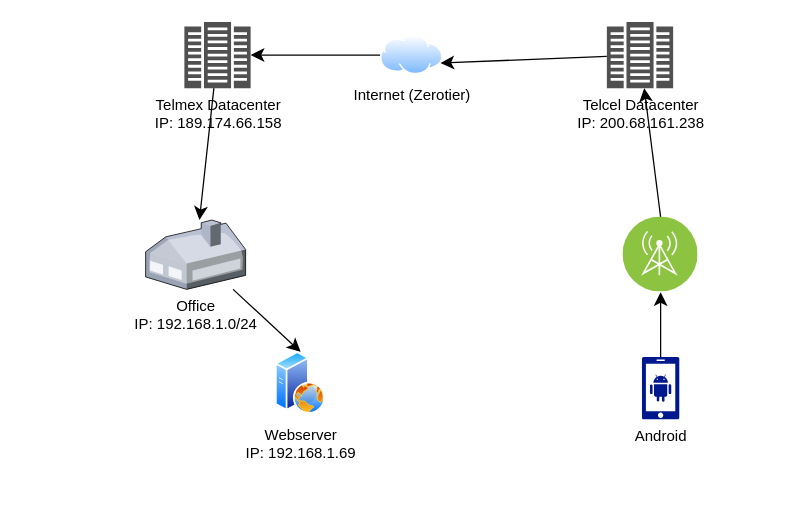
Earlier version of the draw.io diagram Diagrama sin título.drawio (MauricioMC28/zerotier). Source tidied: cells renumbered, new cells numbered last; positions are measured from the earlier drawing's top-left corner, leaving out a move shared by most shapes. Both pictures are drawn from the tidied source at 125%, with x=0, y=0 at pixel (145, 21).
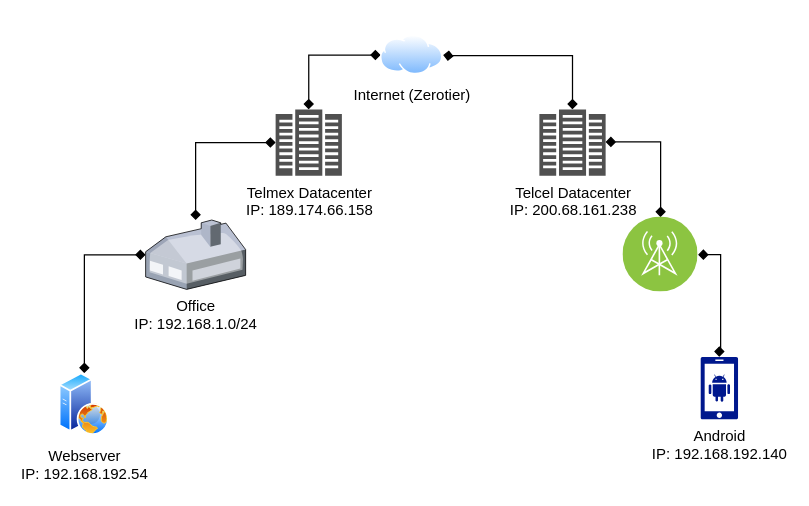
After the change.

Commit message:
diagrama completado

Diff of the diagram source:
```diff
@@
 <mxGraphModel>
   <root>
     <mxCell id="0" />
     <mxCell id="1" parent="0" />
-    <mxCell id="2" style="edgeStyle=none;curved=1;rounded=0;jettySize=auto;html=1;exitX=0;exitY=0.5;exitDx=0;exitDy=0;fontSize=12;startSize=8;endSize=8;" parent="1" edge="1" source="3" target="5">
+    <mxCell id="2" style="edgeStyle=orthogonalEdgeStyle;rounded=0;jettySize=auto;html=1;exitX=0;exitY=0.5;exitDx=0;exitDy=0;fontSize=12;strokeColor=default;endArrow=diamond;endFill=1;startArrow=diamond;startFill=1;" parent="1" edge="1" source="3" target="5">
       <mxGeometry relative="1" as="geometry" />
     </mxCell>
     <mxCell id="3" value="Internet (Zerotier)" style="image;perimeter=ellipsePerimeter;html=1;align=center;shadow=0;dashed=0;spacingTop=3;image=img/lib/active_directory/internet_cloud.svg;" parent="1" vertex="1">
       <mxGeometry x="188" y="10.8" width="50" height="31.5" as="geometry" />
     </mxCell>
-    <mxCell id="4" style="edgeStyle=none;curved=1;rounded=0;jettySize=auto;html=1;fontSize=12;startSize=8;endSize=8;" parent="1" edge="1" source="5" target="7">
+    <mxCell id="4" style="edgeStyle=orthogonalEdgeStyle;rounded=0;jettySize=auto;html=1;fontSize=12;strokeColor=default;endArrow=diamond;endFill=1;startArrow=diamond;startFill=1;" parent="1" edge="1" source="5" target="7">
       <mxGeometry relative="1" as="geometry" />
     </mxCell>
     <mxCell id="5" value="Telmex Datacenter&lt;div&gt;IP: 189.174.66.158&lt;/div&gt;" style="sketch=0;shadow=0;dashed=0;html=1;strokeColor=none;fillColor=#505050;labelPosition=center;verticalLabelPosition=bottom;verticalAlign=top;outlineConnect=0;align=center;shape=mxgraph.office.servers.datacenter;" parent="1" vertex="1">
-      <mxGeometry x="31" width="53" height="53" as="geometry" />
+      <mxGeometry x="104" y="70" width="53" height="53" as="geometry" />
     </mxCell>
-    <mxCell id="6" style="edgeStyle=none;curved=1;rounded=0;jettySize=auto;html=1;entryX=0.5;entryY=0;entryDx=0;entryDy=0;fontSize=12;startSize=8;endSize=8;" parent="1" edge="1" source="7" target="8">
+    <mxCell id="6" style="edgeStyle=orthogonalEdgeStyle;rounded=0;jettySize=auto;html=1;entryX=0.5;entryY=0;entryDx=0;entryDy=0;fontSize=12;strokeColor=default;endArrow=diamond;endFill=1;startArrow=diamond;startFill=1;" parent="1" edge="1" source="7" target="8">
       <mxGeometry relative="1" as="geometry" />
     </mxCell>
     <mxCell id="7" value="Office&lt;div&gt;IP: 192.168.1.0/24&lt;/div&gt;" style="verticalLabelPosition=bottom;sketch=0;html=1;verticalAlign=top;strokeColor=none;align=center;outlineConnect=0;shape=mxgraph.citrix.home_office;" parent="1" vertex="1">
       <mxGeometry y="158.5" width="80" height="55.5" as="geometry" />
     </mxCell>
-    <mxCell id="8" value="Webserver&lt;div&gt;IP: 192.168.1.69&lt;/div&gt;" style="image;perimeter=ellipsePerimeter;html=1;align=center;shadow=0;dashed=0;spacingTop=3;image=img/lib/active_directory/web_server.svg;" parent="1" vertex="1">
-      <mxGeometry x="104" y="264" width="40" height="50" as="geometry" />
+    <mxCell id="8" value="Webserver&lt;div&gt;IP: 192.168.192.54&lt;/div&gt;" style="image;perimeter=ellipsePerimeter;html=1;align=center;shadow=0;dashed=0;spacingTop=3;image=img/lib/active_directory/web_server.svg;" parent="1" vertex="1">
+      <mxGeometry x="-69" y="281" width="40" height="50" as="geometry" />
     </mxCell>
-    <mxCell id="9" style="edgeStyle=none;curved=1;rounded=0;jettySize=auto;html=1;entryX=0.5;entryY=1;entryDx=0;entryDy=0;fontSize=12;startSize=8;endSize=8;" parent="1" edge="1" source="10" target="14">
-      <mxGeometry relative="1" as="geometry" />
+    <mxCell id="9" style="edgeStyle=orthogonalEdgeStyle;rounded=0;jettySize=auto;html=1;entryX=1;entryY=0.5;entryDx=0;entryDy=0;fontSize=12;strokeColor=default;endArrow=diamond;endFill=1;startArrow=diamond;startFill=1;exitX=0.5;exitY=0;exitDx=0;exitDy=0;exitPerimeter=0;" parent="1" edge="1" source="10" target="14">
+      <mxGeometry relative="1" as="geometry">
+        <Array as="points">
+          <mxPoint x="459" y="262" />
+          <mxPoint x="460" y="262" />
+          <mxPoint x="460" y="186" />
+        </Array>
+      </mxGeometry>
     </mxCell>
-    <mxCell id="10" value="Android" style="sketch=0;shadow=0;dashed=0;html=1;strokeColor=none;labelPosition=center;verticalLabelPosition=bottom;verticalAlign=top;align=center;fillColor=#00188D;shape=mxgraph.mscae.enterprise.android_phone;" parent="1" vertex="1">
-      <mxGeometry x="397" y="268" width="30" height="50" as="geometry" />
+    <mxCell id="10" value="Android&lt;div&gt;IP: 192.168.192.140&lt;/div&gt;" style="sketch=0;shadow=0;dashed=0;html=1;strokeColor=none;labelPosition=center;verticalLabelPosition=bottom;verticalAlign=top;align=center;fillColor=#00188D;shape=mxgraph.mscae.enterprise.android_phone;" parent="1" vertex="1">
+      <mxGeometry x="444" y="268" width="30" height="50" as="geometry" />
     </mxCell>
-    <mxCell id="11" style="edgeStyle=none;curved=1;rounded=0;jettySize=auto;html=1;entryX=1;entryY=0.75;entryDx=0;entryDy=0;fontSize=12;startSize=8;endSize=8;" parent="1" edge="1" source="12" target="3">
-      <mxGeometry relative="1" as="geometry" />
+    <mxCell id="11" style="edgeStyle=orthogonalEdgeStyle;rounded=0;jettySize=auto;html=1;entryX=1;entryY=0.5;entryDx=0;entryDy=0;fontSize=12;strokeColor=default;endArrow=diamond;endFill=1;startArrow=diamond;startFill=1;" parent="1" edge="1" source="12" target="3">
+      <mxGeometry relative="1" as="geometry">
+        <Array as="points">
+          <mxPoint x="342" y="27" />
+          <mxPoint x="242" y="27" />
+        </Array>
+      </mxGeometry>
     </mxCell>
     <mxCell id="12" value="Telcel Datacenter&lt;div&gt;IP: 200.68.161.238&lt;/div&gt;" style="sketch=0;shadow=0;dashed=0;html=1;strokeColor=none;fillColor=#505050;labelPosition=center;verticalLabelPosition=bottom;verticalAlign=top;outlineConnect=0;align=center;shape=mxgraph.office.servers.datacenter;" parent="1" vertex="1">
-      <mxGeometry x="369" width="53" height="53" as="geometry" />
+      <mxGeometry x="315" y="70" width="53" height="53" as="geometry" />
     </mxCell>
-    <mxCell id="13" style="edgeStyle=none;curved=1;rounded=0;jettySize=auto;html=1;exitX=0.5;exitY=0;exitDx=0;exitDy=0;fontSize=12;startSize=8;endSize=8;" parent="1" edge="1" source="14" target="12">
-      <mxGeometry relative="1" as="geometry" />
+    <mxCell id="13" style="edgeStyle=orthogonalEdgeStyle;rounded=0;jettySize=auto;html=1;exitX=0.5;exitY=0;exitDx=0;exitDy=0;fontSize=12;strokeColor=default;endArrow=diamond;endFill=1;startArrow=diamond;startFill=1;" parent="1" edge="1" source="14" target="12">
+      <mxGeometry relative="1" as="geometry">
+        <Array as="points">
+          <mxPoint x="412" y="96" />
+        </Array>
+      </mxGeometry>
     </mxCell>
     <mxCell id="14" style="image;perimeter=ellipsePerimeter;html=1;align=center;shadow=0;dashed=0;fontColor=#4277BB;labelBackgroundColor=default;fontSize=12;spacingTop=3;image=img/lib/ibm/infrastructure/mobile_provider_network.svg;" parent="1" vertex="1">
       <mxGeometry x="382" y="156.2" width="60" height="60" as="geometry" />
     </mxCell>
   </root>
 </mxGraphModel>
```
